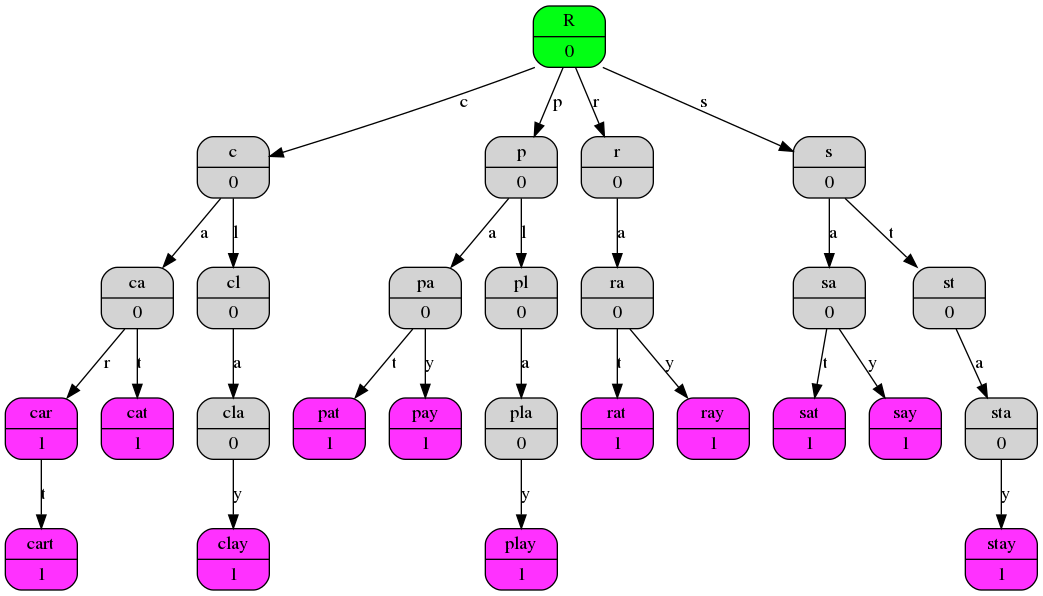
Before: Trie/AFD.png, a diagram exported from Graphviz (ReposAcces/AutomatonMinimization). Its source is kept beside it as Trie/AFD.dot.
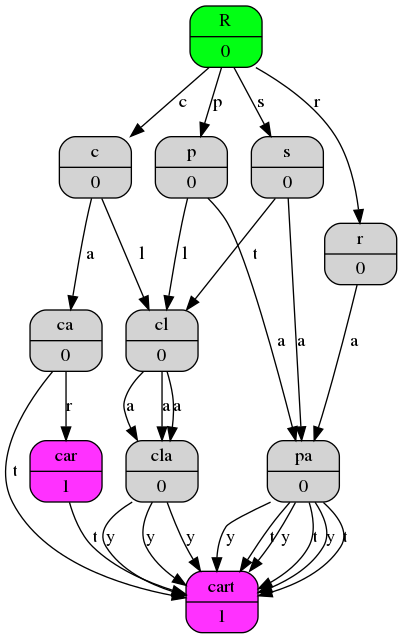
Above is the later version.

The edit, as a diff of the source:
```diff
@@ -5,28 +5,28 @@
 	ca[style=filled, fillcolor="", label="{ <data> ca | <ew> 0 }"];
 	car[style=filled, fillcolor="#ff31ff", label="{ <data> car | <ew> 1 }"];
 	cart[style=filled, fillcolor="#ff31ff", label="{ <data> cart | <ew> 1 }"];
-	cat[style=filled, fillcolor="#ff31ff", label="{ <data> cat | <ew> 1 }"];
+	cart[style=filled, fillcolor="#ff31ff", label="{ <data> cart | <ew> 1 }"];
 	cl[style=filled, fillcolor="", label="{ <data> cl | <ew> 0 }"];
 	cla[style=filled, fillcolor="", label="{ <data> cla | <ew> 0 }"];
-	clay[style=filled, fillcolor="#ff31ff", label="{ <data> clay | <ew> 1 }"];
+	cart[style=filled, fillcolor="#ff31ff", label="{ <data> cart | <ew> 1 }"];
 	p[style=filled, fillcolor="", label="{ <data> p | <ew> 0 }"];
 	pa[style=filled, fillcolor="", label="{ <data> pa | <ew> 0 }"];
-	pat[style=filled, fillcolor="#ff31ff", label="{ <data> pat | <ew> 1 }"];
-	pay[style=filled, fillcolor="#ff31ff", label="{ <data> pay | <ew> 1 }"];
-	pl[style=filled, fillcolor="", label="{ <data> pl | <ew> 0 }"];
-	pla[style=filled, fillcolor="", label="{ <data> pla | <ew> 0 }"];
-	play[style=filled, fillcolor="#ff31ff", label="{ <data> play | <ew> 1 }"];
+	cart[style=filled, fillcolor="#ff31ff", label="{ <data> cart | <ew> 1 }"];
+	cart[style=filled, fillcolor="#ff31ff", label="{ <data> cart | <ew> 1 }"];
+	cl[style=filled, fillcolor="", label="{ <data> cl | <ew> 0 }"];
+	cla[style=filled, fillcolor="", label="{ <data> cla | <ew> 0 }"];
+	cart[style=filled, fillcolor="#ff31ff", label="{ <data> cart | <ew> 1 }"];
 	r[style=filled, fillcolor="", label="{ <data> r | <ew> 0 }"];
-	ra[style=filled, fillcolor="", label="{ <data> ra | <ew> 0 }"];
-	rat[style=filled, fillcolor="#ff31ff", label="{ <data> rat | <ew> 1 }"];
-	ray[style=filled, fillcolor="#ff31ff", label="{ <data> ray | <ew> 1 }"];
+	pa[style=filled, fillcolor="", label="{ <data> pa | <ew> 0 }"];
+	cart[style=filled, fillcolor="#ff31ff", label="{ <data> cart | <ew> 1 }"];
+	cart[style=filled, fillcolor="#ff31ff", label="{ <data> cart | <ew> 1 }"];
 	s[style=filled, fillcolor="", label="{ <data> s | <ew> 0 }"];
-	sa[style=filled, fillcolor="", label="{ <data> sa | <ew> 0 }"];
-	sat[style=filled, fillcolor="#ff31ff", label="{ <data> sat | <ew> 1 }"];
-	say[style=filled, fillcolor="#ff31ff", label="{ <data> say | <ew> 1 }"];
-	st[style=filled, fillcolor="", label="{ <data> st | <ew> 0 }"];
-	sta[style=filled, fillcolor="", label="{ <data> sta | <ew> 0 }"];
-	stay[style=filled, fillcolor="#ff31ff", label="{ <data> stay | <ew> 1 }"];
+	pa[style=filled, fillcolor="", label="{ <data> pa | <ew> 0 }"];
+	cart[style=filled, fillcolor="#ff31ff", label="{ <data> cart | <ew> 1 }"];
+	cart[style=filled, fillcolor="#ff31ff", label="{ <data> cart | <ew> 1 }"];
+	cl[style=filled, fillcolor="", label="{ <data> cl | <ew> 0 }"];
+	cla[style=filled, fillcolor="", label="{ <data> cla | <ew> 0 }"];
+	cart[style=filled, fillcolor="#ff31ff", label="{ <data> cart | <ew> 1 }"];
 
 	R:ew:c -> c [label=c];
 	R:ew:c -> p [label=p];
@@ -35,23 +35,23 @@
 	c:ew:c -> ca [label=a];
 	c:ew:c -> cl [label=l];
 	p:ew:c -> pa [label=a];
-	p:ew:c -> pl [label=l];
-	r:ew:c -> ra [label=a];
-	s:ew:c -> sa [label=a];
-	s:ew:c -> st [label=t];
+	p:ew:c -> cl [label=l];
+	r:ew:c -> pa [label=a];
+	s:ew:c -> pa [label=a];
+	s:ew:c -> cl [label=t];
 	ca:ew:c -> car [label=r];
-	ca:ew:c -> cat [label=t];
+	ca:ew:c -> cart [label=t];
 	cl:ew:c -> cla [label=a];
-	pa:ew:c -> pat [label=t];
-	pa:ew:c -> pay [label=y];
-	pl:ew:c -> pla [label=a];
-	ra:ew:c -> rat [label=t];
-	ra:ew:c -> ray [label=y];
-	sa:ew:c -> sat [label=t];
-	sa:ew:c -> say [label=y];
-	st:ew:c -> sta [label=a];
+	pa:ew:c -> cart [label=t];
+	pa:ew:c -> cart [label=y];
+	cl:ew:c -> cla [label=a];
+	pa:ew:c -> cart [label=t];
+	pa:ew:c -> cart [label=y];
+	pa:ew:c -> cart [label=t];
+	pa:ew:c -> cart [label=y];
+	cl:ew:c -> cla [label=a];
 	car:ew:c -> cart [label=t];
-	cla:ew:c -> clay [label=y];
-	pla:ew:c -> play [label=y];
-	sta:ew:c -> stay [label=y];
+	cla:ew:c -> cart [label=y];
+	cla:ew:c -> cart [label=y];
+	cla:ew:c -> cart [label=y];
 }
```
